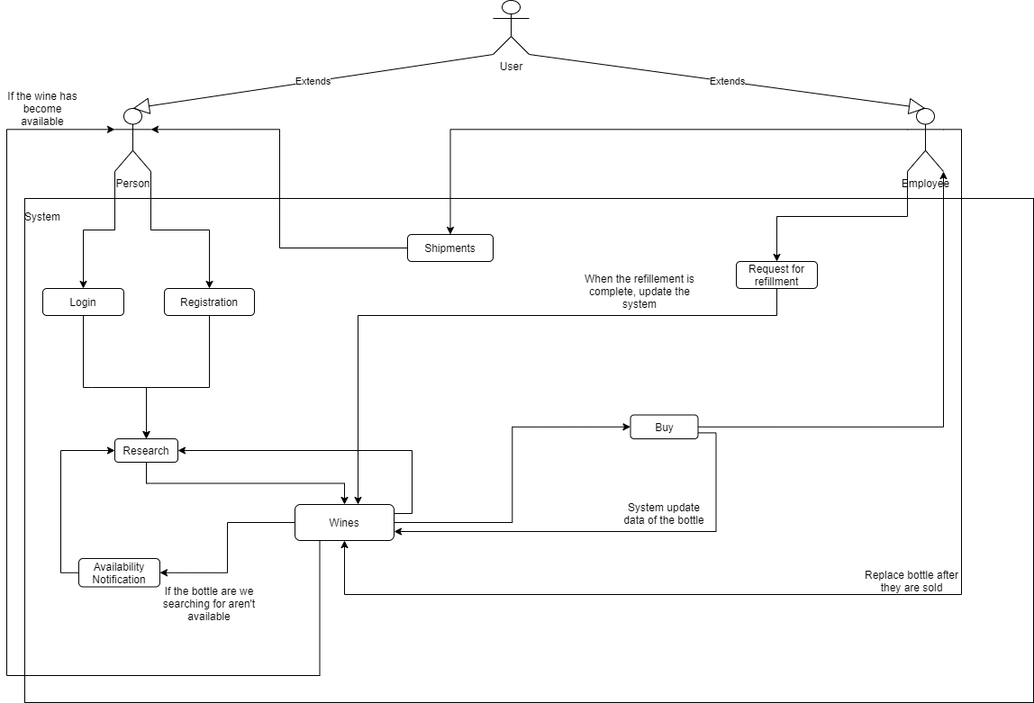
This is Actor_Diagram.png from MatteoDiGiorgio99/WineStoreSystemManagementV2, a draw.io export, as it was before one commit. Source tidied: cells renumbered, new cells last; positions are measured from the earlier drawing's top-left corner, leaving out a move shared by most shapes.
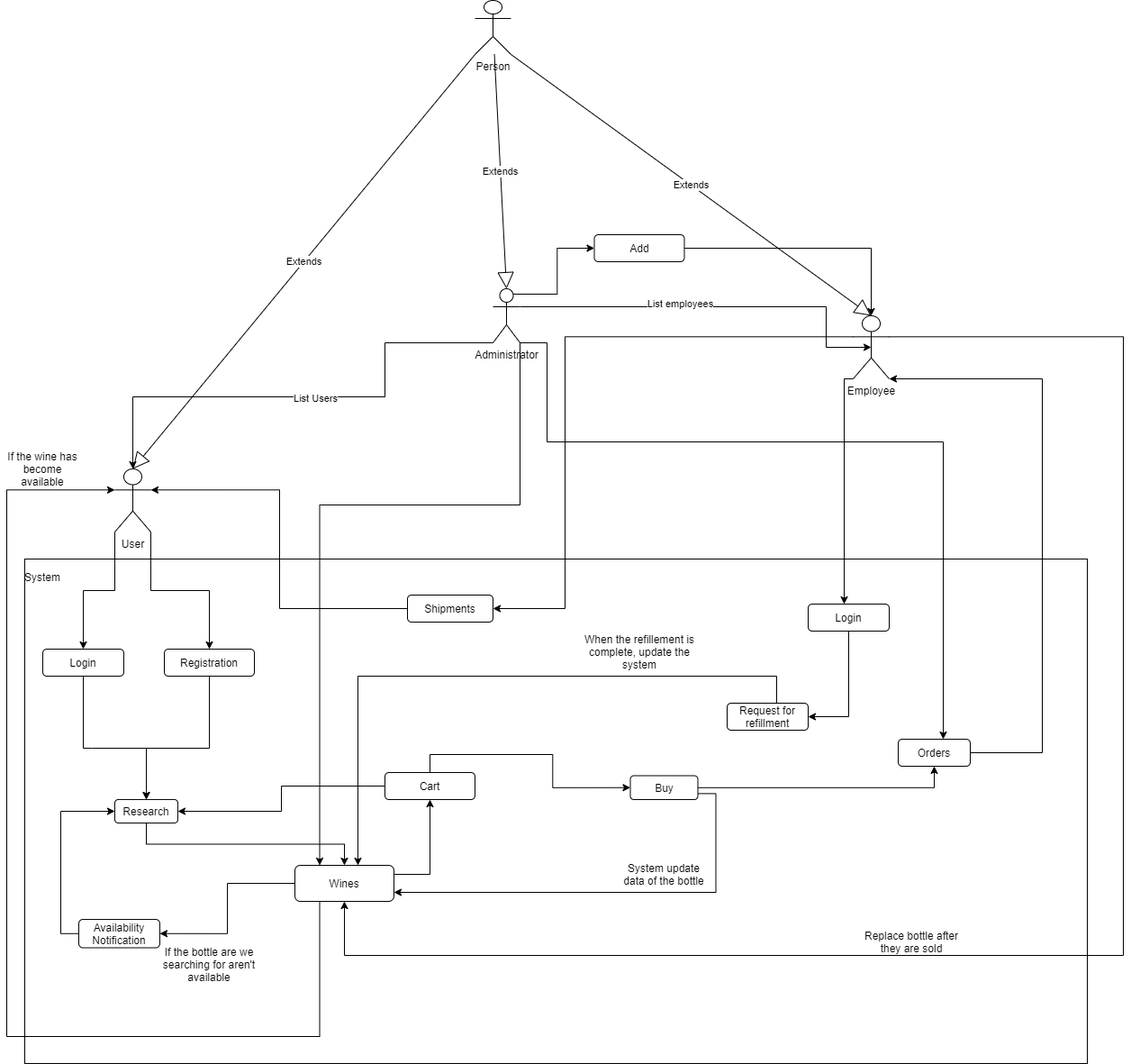
After the commit.

Diff of the diagram source:
```diff
@@ -3,10 +3,10 @@
     <mxCell id="0" />
     <mxCell id="1" parent="0" />
     <mxCell id="2" style="rounded=0;whiteSpace=wrap;html=1;" parent="1" vertex="1">
-      <mxGeometry x="20" y="220" width="1120" height="560" as="geometry" />
+      <mxGeometry x="20" y="220" width="1180" height="560" as="geometry" />
     </mxCell>
-    <mxCell id="3" value="User" style="shape=umlActor;verticalLabelPosition=bottom;verticalAlign=top;html=1;outlineConnect=0;" parent="1" vertex="1">
-      <mxGeometry x="540" width="40" height="60" as="geometry" />
+    <mxCell id="3" value="Person" style="shape=umlActor;verticalLabelPosition=bottom;verticalAlign=top;html=1;outlineConnect=0;" parent="1" vertex="1">
+      <mxGeometry x="520" y="-400" width="40" height="60" as="geometry" />
     </mxCell>
     <mxCell id="4" style="edgeStyle=orthogonalEdgeStyle;rounded=0;jettySize=auto;html=1;exitX=0;exitY=1;exitDx=0;exitDy=0;exitPerimeter=0;entryX=0.5;entryY=0;entryDx=0;entryDy=0;" parent="1" edge="1" source="6" target="31">
       <mxGeometry relative="1" as="geometry" />
@@ -14,26 +14,35 @@
     <mxCell id="5" style="edgeStyle=orthogonalEdgeStyle;rounded=0;jettySize=auto;html=1;exitX=1;exitY=1;exitDx=0;exitDy=0;exitPerimeter=0;" parent="1" edge="1" source="6" target="13">
       <mxGeometry relative="1" as="geometry" />
     </mxCell>
-    <mxCell id="6" value="Person" style="shape=umlActor;verticalLabelPosition=bottom;verticalAlign=top;html=1;outlineConnect=0;" parent="1" vertex="1">
+    <mxCell id="6" value="User" style="shape=umlActor;verticalLabelPosition=bottom;verticalAlign=top;html=1;outlineConnect=0;" parent="1" vertex="1">
       <mxGeometry x="120" y="120" width="40" height="70" as="geometry" />
     </mxCell>
     <mxCell id="7" style="edgeStyle=orthogonalEdgeStyle;rounded=0;jettySize=auto;html=1;exitX=0;exitY=0.3333333333333333;exitDx=0;exitDy=0;exitPerimeter=0;" parent="1" edge="1" source="10" target="20">
-      <mxGeometry relative="1" as="geometry" />
+      <mxGeometry relative="1" as="geometry">
+        <Array as="points">
+          <mxPoint x="620" y="-27" />
+          <mxPoint x="620" y="275" />
+        </Array>
+      </mxGeometry>
     </mxCell>
     <mxCell id="8" style="edgeStyle=orthogonalEdgeStyle;rounded=0;jettySize=auto;html=1;exitX=1;exitY=0.3333333333333333;exitDx=0;exitDy=0;exitPerimeter=0;entryX=0.5;entryY=1;entryDx=0;entryDy=0;" parent="1" edge="1" source="10" target="25">
       <mxGeometry relative="1" as="geometry">
         <Array as="points">
-          <mxPoint x="1060" y="143" />
-          <mxPoint x="1060" y="660" />
+          <mxPoint x="1240" y="-27" />
+          <mxPoint x="1240" y="660" />
           <mxPoint x="375" y="660" />
         </Array>
       </mxGeometry>
     </mxCell>
-    <mxCell id="9" style="edgeStyle=orthogonalEdgeStyle;rounded=0;jettySize=auto;html=1;exitX=0;exitY=1;exitDx=0;exitDy=0;exitPerimeter=0;entryX=0.5;entryY=0;entryDx=0;entryDy=0;" parent="1" edge="1" source="10" target="34">
-      <mxGeometry relative="1" as="geometry" />
-    </mxCell>
+    <mxCell id="39" style="edgeStyle=orthogonalEdgeStyle;rounded=0;jettySize=auto;html=1;exitX=0;exitY=1;exitDx=0;exitDy=0;exitPerimeter=0;" parent="1" edge="1" source="10" target="54">
+      <mxGeometry relative="1" as="geometry">
+        <Array as="points">
+          <mxPoint x="930" y="20" />
+        </Array>
+      </mxGeometry>
+    </mxCell>
     <mxCell id="10" value="Employee" style="shape=umlActor;verticalLabelPosition=bottom;verticalAlign=top;html=1;outlineConnect=0;" parent="1" vertex="1">
-      <mxGeometry x="1000" y="120" width="40" height="70" as="geometry" />
+      <mxGeometry x="940" y="-50" width="40" height="70" as="geometry" />
     </mxCell>
     <mxCell id="11" value="System" style="text;html=1;strokeColor=none;fillColor=none;align=center;verticalAlign=middle;whiteSpace=wrap;rounded=0;" parent="1" vertex="1">
       <mxGeometry x="20" y="230" width="40" height="20" as="geometry" />
@@ -55,12 +64,12 @@
     <mxCell id="15" value="Research" style="rounded=1;whiteSpace=wrap;html=1;" parent="1" vertex="1">
       <mxGeometry x="120" y="487" width="70" height="26" as="geometry" />
     </mxCell>
-    <mxCell id="16" style="edgeStyle=orthogonalEdgeStyle;rounded=0;jettySize=auto;html=1;exitX=1;exitY=0.5;exitDx=0;exitDy=0;entryX=1;entryY=1;entryDx=0;entryDy=0;entryPerimeter=0;" parent="1" edge="1" source="18" target="10">
-      <mxGeometry relative="1" as="geometry" />
-    </mxCell>
     <mxCell id="17" style="edgeStyle=orthogonalEdgeStyle;rounded=0;jettySize=auto;html=1;exitX=1;exitY=0.75;exitDx=0;exitDy=0;entryX=1;entryY=0.75;entryDx=0;entryDy=0;" parent="1" edge="1" source="18" target="25">
       <mxGeometry relative="1" as="geometry" />
     </mxCell>
+    <mxCell id="40" style="edgeStyle=orthogonalEdgeStyle;rounded=0;jettySize=auto;html=1;" parent="1" edge="1" source="18" target="58">
+      <mxGeometry relative="1" as="geometry" />
+    </mxCell>
     <mxCell id="18" value="Buy" style="rounded=1;whiteSpace=wrap;html=1;" parent="1" vertex="1">
       <mxGeometry x="692.5" y="460.5" width="75" height="26.5" as="geometry" />
     </mxCell>
@@ -75,13 +84,10 @@
     <mxCell id="20" value="Shipments" style="rounded=1;whiteSpace=wrap;html=1;" parent="1" vertex="1">
       <mxGeometry x="445" y="260" width="95" height="30" as="geometry" />
     </mxCell>
-    <mxCell id="21" style="edgeStyle=orthogonalEdgeStyle;rounded=0;jettySize=auto;html=1;exitX=1;exitY=0.25;exitDx=0;exitDy=0;entryX=1;entryY=0.5;entryDx=0;entryDy=0;" parent="1" edge="1" source="25" target="15">
-      <mxGeometry relative="1" as="geometry" />
-    </mxCell>
     <mxCell id="22" style="edgeStyle=orthogonalEdgeStyle;rounded=0;jettySize=auto;html=1;exitX=0;exitY=0.5;exitDx=0;exitDy=0;entryX=1;entryY=0.5;entryDx=0;entryDy=0;" parent="1" edge="1" source="25" target="28">
       <mxGeometry relative="1" as="geometry" />
     </mxCell>
-    <mxCell id="23" style="edgeStyle=orthogonalEdgeStyle;rounded=0;jettySize=auto;html=1;exitX=1;exitY=0.5;exitDx=0;exitDy=0;entryX=0;entryY=0.5;entryDx=0;entryDy=0;" parent="1" edge="1" source="25" target="18">
+    <mxCell id="23" style="edgeStyle=orthogonalEdgeStyle;rounded=0;jettySize=auto;html=1;exitX=0.5;exitY=0;exitDx=0;exitDy=0;entryX=0;entryY=0.5;entryDx=0;entryDy=0;" parent="1" edge="1" source="56" target="18">
       <mxGeometry relative="1" as="geometry" />
     </mxCell>
     <mxCell id="24" style="edgeStyle=orthogonalEdgeStyle;rounded=0;jettySize=auto;html=1;exitX=0.25;exitY=1;exitDx=0;exitDy=0;entryX=0;entryY=0.3333333333333333;entryDx=0;entryDy=0;entryPerimeter=0;" parent="1" edge="1" source="25" target="6">
@@ -93,6 +99,9 @@
         </Array>
       </mxGeometry>
     </mxCell>
+    <mxCell id="41" style="edgeStyle=orthogonalEdgeStyle;rounded=0;jettySize=auto;html=1;exitX=1;exitY=0.25;exitDx=0;exitDy=0;" parent="1" edge="1" source="25" target="56">
+      <mxGeometry relative="1" as="geometry" />
+    </mxCell>
     <mxCell id="25" value="Wines" style="rounded=1;whiteSpace=wrap;html=1;" parent="1" vertex="1">
       <mxGeometry x="320" y="560" width="110" height="40" as="geometry" />
     </mxCell>
@@ -131,7 +140,7 @@
       </mxGeometry>
     </mxCell>
     <mxCell id="34" value="Request for refillment" style="rounded=1;whiteSpace=wrap;html=1;" parent="1" vertex="1">
-      <mxGeometry x="810" y="290" width="90" height="30" as="geometry" />
+      <mxGeometry x="800" y="380" width="90" height="30" as="geometry" />
     </mxCell>
     <mxCell id="35" value="When the refillement is complete, update the system" style="text;html=1;strokeColor=none;fillColor=none;align=center;verticalAlign=middle;whiteSpace=wrap;rounded=0;" parent="1" vertex="1">
       <mxGeometry x="637.5" y="310" width="130" height="26" as="geometry" />
@@ -145,5 +154,83 @@
     <mxCell id="38" value="Extends" style="endArrow=block;endSize=16;endFill=0;html=1;entryX=0.5;entryY=0;entryDx=0;entryDy=0;entryPerimeter=0;exitX=1;exitY=1;exitDx=0;exitDy=0;exitPerimeter=0;" parent="1" edge="1" source="3" target="10">
       <mxGeometry relative="1" as="geometry" />
     </mxCell>
+    <mxCell id="42" value="Extends" style="endArrow=block;endSize=16;endFill=0;html=1;entryX=0.5;entryY=0;entryDx=0;entryDy=0;entryPerimeter=0;" parent="1" edge="1" source="3" target="50">
+      <mxGeometry relative="1" as="geometry" />
+    </mxCell>
+    <mxCell id="43" style="edgeStyle=orthogonalEdgeStyle;rounded=0;jettySize=auto;html=1;exitX=0.75;exitY=0.1;exitDx=0;exitDy=0;exitPerimeter=0;entryX=0;entryY=0.5;entryDx=0;entryDy=0;" parent="1" edge="1" source="50" target="52">
+      <mxGeometry relative="1" as="geometry" />
+    </mxCell>
+    <mxCell id="44" style="edgeStyle=orthogonalEdgeStyle;rounded=0;jettySize=auto;html=1;entryX=0.25;entryY=0;entryDx=0;entryDy=0;exitX=1;exitY=1;exitDx=0;exitDy=0;exitPerimeter=0;" parent="1" edge="1" source="50" target="25">
+      <mxGeometry relative="1" as="geometry">
+        <Array as="points">
+          <mxPoint x="570" y="160" />
+          <mxPoint x="348" y="160" />
+        </Array>
+      </mxGeometry>
+    </mxCell>
+    <mxCell id="45" style="edgeStyle=orthogonalEdgeStyle;rounded=0;jettySize=auto;html=1;exitX=1;exitY=1;exitDx=0;exitDy=0;exitPerimeter=0;" parent="1" edge="1" source="50" target="58">
+      <mxGeometry relative="1" as="geometry">
+        <Array as="points">
+          <mxPoint x="600" y="-20" />
+          <mxPoint x="600" y="90" />
+          <mxPoint x="1040" y="90" />
+        </Array>
+      </mxGeometry>
+    </mxCell>
+    <mxCell id="46" style="edgeStyle=orthogonalEdgeStyle;rounded=0;jettySize=auto;html=1;entryX=0.5;entryY=0.5;entryDx=0;entryDy=0;entryPerimeter=0;exitX=1;exitY=0.3333333333333333;exitDx=0;exitDy=0;exitPerimeter=0;" parent="1" edge="1" source="50" target="10">
+      <mxGeometry relative="1" as="geometry">
+        <Array as="points">
+          <mxPoint x="910" y="-60" />
+          <mxPoint x="910" y="-15" />
+        </Array>
+      </mxGeometry>
+    </mxCell>
+    <mxCell id="47" value="List employees" style="edgeLabel;html=1;align=center;verticalAlign=middle;" parent="46" vertex="1">
+      <mxGeometry x="-0.19" y="4" relative="1" as="geometry" />
+    </mxCell>
+    <mxCell id="48" style="edgeStyle=orthogonalEdgeStyle;rounded=0;jettySize=auto;html=1;exitX=0;exitY=1;exitDx=0;exitDy=0;exitPerimeter=0;" parent="1" edge="1" source="50" target="6">
+      <mxGeometry relative="1" as="geometry">
+        <Array as="points">
+          <mxPoint x="420" y="-20" />
+          <mxPoint x="420" y="40" />
+          <mxPoint x="140" y="40" />
+        </Array>
+      </mxGeometry>
+    </mxCell>
+    <mxCell id="49" value="List Users" style="edgeLabel;html=1;align=center;verticalAlign=middle;" parent="48" vertex="1">
+      <mxGeometry x="-0.05" y="1" relative="1" as="geometry" />
+    </mxCell>
+    <mxCell id="50" value="Administrator" style="shape=umlActor;verticalLabelPosition=bottom;verticalAlign=top;html=1;outlineConnect=0;" parent="1" vertex="1">
+      <mxGeometry x="540" y="-80" width="30" height="60" as="geometry" />
+    </mxCell>
+    <mxCell id="51" style="edgeStyle=orthogonalEdgeStyle;rounded=0;jettySize=auto;html=1;" parent="1" edge="1" source="52" target="10">
+      <mxGeometry relative="1" as="geometry" />
+    </mxCell>
+    <mxCell id="52" value="Add" style="rounded=1;whiteSpace=wrap;html=1;" parent="1" vertex="1">
+      <mxGeometry x="652.5" y="-140" width="100" height="30" as="geometry" />
+    </mxCell>
+    <mxCell id="53" style="edgeStyle=orthogonalEdgeStyle;rounded=0;jettySize=auto;html=1;exitX=0.5;exitY=1;exitDx=0;exitDy=0;entryX=1;entryY=0.5;entryDx=0;entryDy=0;" parent="1" edge="1" source="54" target="34">
+      <mxGeometry relative="1" as="geometry" />
+    </mxCell>
+    <mxCell id="54" value="Login" style="rounded=1;whiteSpace=wrap;html=1;" parent="1" vertex="1">
+      <mxGeometry x="890" y="270" width="90" height="30" as="geometry" />
+    </mxCell>
+    <mxCell id="55" style="edgeStyle=orthogonalEdgeStyle;rounded=0;jettySize=auto;html=1;exitX=0;exitY=0.5;exitDx=0;exitDy=0;entryX=1;entryY=0.5;entryDx=0;entryDy=0;" parent="1" edge="1" source="56" target="15">
+      <mxGeometry relative="1" as="geometry" />
+    </mxCell>
+    <mxCell id="56" value="Cart" style="rounded=1;whiteSpace=wrap;html=1;" parent="1" vertex="1">
+      <mxGeometry x="420" y="457" width="100" height="30" as="geometry" />
+    </mxCell>
+    <mxCell id="57" style="edgeStyle=orthogonalEdgeStyle;rounded=0;jettySize=auto;html=1;entryX=1;entryY=1;entryDx=0;entryDy=0;entryPerimeter=0;" parent="1" edge="1" source="58" target="10">
+      <mxGeometry relative="1" as="geometry">
+        <Array as="points">
+          <mxPoint x="1150" y="435" />
+          <mxPoint x="1150" y="20" />
+        </Array>
+      </mxGeometry>
+    </mxCell>
+    <mxCell id="58" value="Orders" style="rounded=1;whiteSpace=wrap;html=1;" parent="1" vertex="1">
+      <mxGeometry x="990" y="420" width="80" height="30" as="geometry" />
+    </mxCell>
   </root>
 </mxGraphModel>
```
